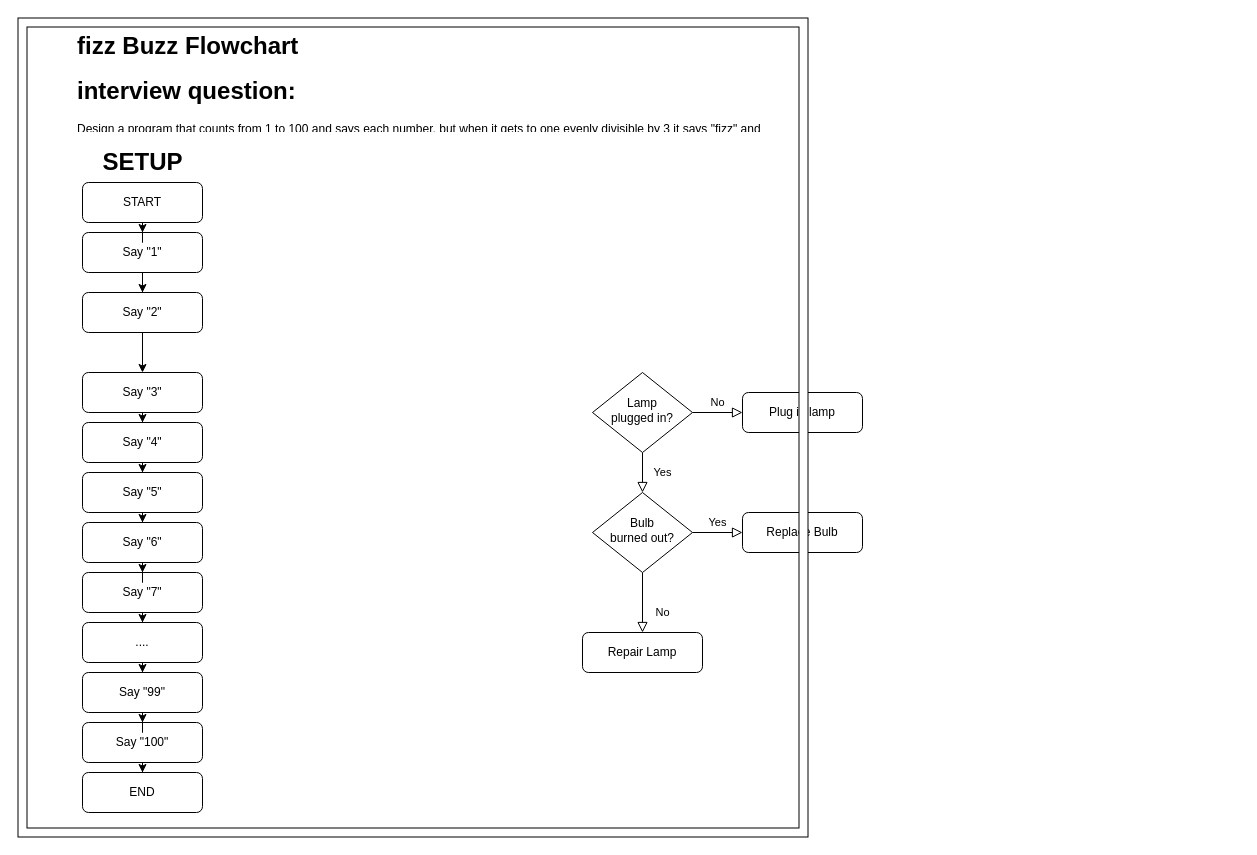
Earlier version of the draw.io diagram fizzBuzzFlowchart.drawio (divonbriesen/tropicalteachers). Source tidied: cells renumbered, new cells numbered last; positions are measured from the earlier drawing's top-left corner, leaving out a move shared by most shapes. Both pictures are drawn from the tidied source at 100%, with x=0, y=0 at pixel (22, 22).
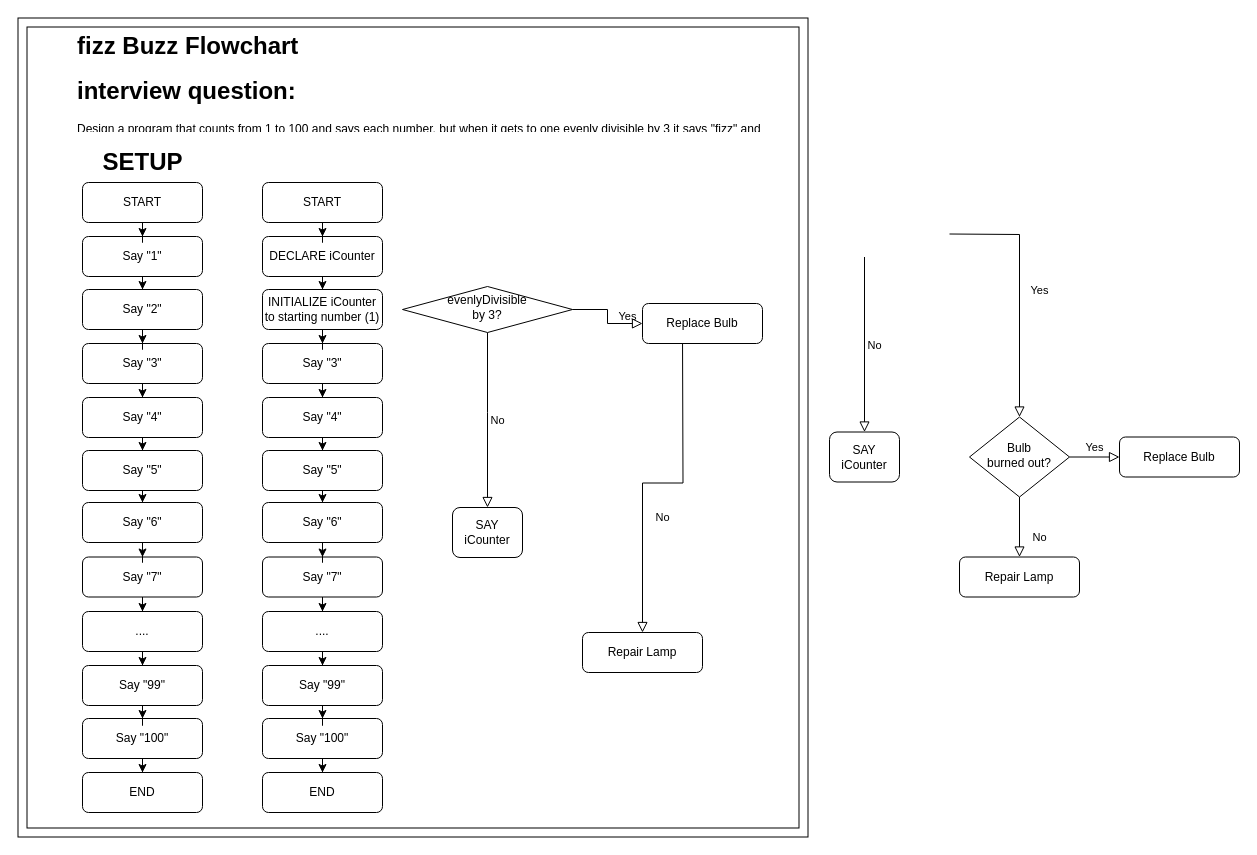
After the change.

Unchanged cells that the change refers to:
```xml
<mxCell id="11" value="Repair Lamp" style="rounded=1;whiteSpace=wrap;html=1;fontSize=12;glass=0;strokeWidth=1;shadow=0;" parent="1" vertex="1">
  <mxGeometry x="560" y="610" width="120" height="40" as="geometry" />
</mxCell>
```

Diff of the diagram source:
```diff
@@
     <mxCell id="3" value="Say &quot;1&quot;" style="rounded=1;whiteSpace=wrap;html=1;fontSize=12;glass=0;strokeWidth=1;shadow=0;" parent="1" vertex="1">
-      <mxGeometry x="60" y="210" width="120" height="40" as="geometry" />
+      <mxGeometry x="60" y="214" width="120" height="40" as="geometry" />
     </mxCell>
-    <mxCell id="4" value="Yes" style="rounded=0;html=1;jettySize=auto;fontSize=11;endArrow=block;endFill=0;endSize=8;strokeWidth=1;shadow=0;labelBackgroundColor=none;edgeStyle=orthogonalEdgeStyle;" parent="1" edge="1" source="6" target="10">
-      <mxGeometry y="20" relative="1" as="geometry" />
-    </mxCell>
-    <mxCell id="5" value="No" style="edgeStyle=orthogonalEdgeStyle;rounded=0;html=1;jettySize=auto;fontSize=11;endArrow=block;endFill=0;endSize=8;strokeWidth=1;shadow=0;labelBackgroundColor=none;" parent="1" edge="1" source="6" target="7">
-      <mxGeometry y="10" relative="1" as="geometry" />
+    <mxCell id="5" value="No" style="edgeStyle=orthogonalEdgeStyle;rounded=0;html=1;jettySize=auto;fontSize=11;endArrow=block;endFill=0;endSize=8;strokeWidth=1;shadow=0;labelBackgroundColor=none;exitX=0.5;exitY=1;exitDx=0;exitDy=0;entryX=0.5;entryY=0;entryDx=0;entryDy=0;" parent="1" edge="1" source="6" target="7">
+      <mxGeometry y="10" relative="1" as="geometry">
+        <Array as="points">
+          <mxPoint x="465" y="390" />
+          <mxPoint x="465" y="390" />
+        </Array>
+      </mxGeometry>
     </mxCell>
-    <mxCell id="6" value="Lamp&lt;br&gt;plugged in?" style="rhombus;whiteSpace=wrap;html=1;shadow=0;fontFamily=Helvetica;fontSize=12;align=center;strokeWidth=1;spacing=6;spacingTop=-4;" parent="1" vertex="1">
-      <mxGeometry x="570" y="350" width="100" height="80" as="geometry" />
+    <mxCell id="6" value="evenlyDivisible&lt;br&gt;by 3?" style="rhombus;whiteSpace=wrap;html=1;shadow=0;fontFamily=Helvetica;fontSize=12;align=center;strokeWidth=1;spacing=6;spacingTop=-4;" parent="1" vertex="1">
+      <mxGeometry x="380" y="264" width="170" height="46" as="geometry" />
     </mxCell>
-    <mxCell id="7" value="Plug in lamp" style="rounded=1;whiteSpace=wrap;html=1;fontSize=12;glass=0;strokeWidth=1;shadow=0;" parent="1" vertex="1">
-      <mxGeometry x="720" y="370" width="120" height="40" as="geometry" />
+    <mxCell id="7" value="SAY iCounter" style="rounded=1;whiteSpace=wrap;html=1;fontSize=12;glass=0;strokeWidth=1;shadow=0;" parent="1" vertex="1">
+      <mxGeometry x="430" y="485" width="70" height="50" as="geometry" />
     </mxCell>
-    <mxCell id="8" value="No" style="rounded=0;html=1;jettySize=auto;fontSize=11;endArrow=block;endFill=0;endSize=8;strokeWidth=1;shadow=0;labelBackgroundColor=none;edgeStyle=orthogonalEdgeStyle;" parent="1" edge="1" source="10" target="11">
-      <mxGeometry x="0.33" y="20" relative="1" as="geometry" />
+    <mxCell id="8" value="No" style="rounded=0;html=1;jettySize=auto;fontSize=11;endArrow=block;endFill=0;endSize=8;strokeWidth=1;shadow=0;labelBackgroundColor=none;edgeStyle=orthogonalEdgeStyle;" parent="1" edge="1" target="11">
+      <mxGeometry x="0.33" y="20" relative="1" as="geometry">
+        <mxPoint x="660" y="310" as="sourcePoint" />
+      </mxGeometry>
     </mxCell>
-    <mxCell id="9" value="Yes" style="edgeStyle=orthogonalEdgeStyle;rounded=0;html=1;jettySize=auto;fontSize=11;endArrow=block;endFill=0;endSize=8;strokeWidth=1;shadow=0;labelBackgroundColor=none;" parent="1" edge="1" source="10" target="12">
-      <mxGeometry y="10" relative="1" as="geometry" />
-    </mxCell>
-    <mxCell id="10" value="Bulb&lt;br&gt;burned out?" style="rhombus;whiteSpace=wrap;html=1;shadow=0;fontFamily=Helvetica;fontSize=12;align=center;strokeWidth=1;spacing=6;spacingTop=-4;" parent="1" vertex="1">
-      <mxGeometry x="570" y="470" width="100" height="80" as="geometry" />
-    </mxCell>
@@
-    <mxCell id="12" value="Replace Bulb" style="rounded=1;whiteSpace=wrap;html=1;fontSize=12;glass=0;strokeWidth=1;shadow=0;" parent="1" vertex="1">
-      <mxGeometry x="720" y="490" width="120" height="40" as="geometry" />
-    </mxCell>
@@
     <mxCell id="16" value="Say &quot;3&quot;" style="rounded=1;whiteSpace=wrap;html=1;fontSize=12;glass=0;strokeWidth=1;shadow=0;" parent="1" vertex="1">
-      <mxGeometry x="60" y="350" width="120" height="40" as="geometry" />
+      <mxGeometry x="60" y="321" width="120" height="40" as="geometry" />
     </mxCell>
@@
     <mxCell id="18" value="Say &quot;4&quot;" style="rounded=1;whiteSpace=wrap;html=1;fontSize=12;glass=0;strokeWidth=1;shadow=0;" parent="1" vertex="1">
-      <mxGeometry x="60" y="400" width="120" height="40" as="geometry" />
+      <mxGeometry x="60" y="375" width="120" height="40" as="geometry" />
     </mxCell>
@@
     <mxCell id="20" value="Say &quot;2&quot;" style="rounded=1;whiteSpace=wrap;html=1;fontSize=12;glass=0;strokeWidth=1;shadow=0;" parent="1" vertex="1">
-      <mxGeometry x="60" y="270" width="120" height="40" as="geometry" />
+      <mxGeometry x="60" y="267" width="120" height="40" as="geometry" />
     </mxCell>
@@
     <mxCell id="22" value="Say &quot;5&quot;" style="rounded=1;whiteSpace=wrap;html=1;fontSize=12;glass=0;strokeWidth=1;shadow=0;" parent="1" vertex="1">
-      <mxGeometry x="60" y="450" width="120" height="40" as="geometry" />
+      <mxGeometry x="60" y="428" width="120" height="40" as="geometry" />
     </mxCell>
@@
     <mxCell id="24" value="Say &quot;7&quot;" style="rounded=1;whiteSpace=wrap;html=1;fontSize=12;glass=0;strokeWidth=1;shadow=0;" parent="1" vertex="1">
-      <mxGeometry x="60" y="550" width="120" height="40" as="geometry" />
+      <mxGeometry x="60" y="534.5" width="120" height="40" as="geometry" />
     </mxCell>
@@
     <mxCell id="26" value="...." style="rounded=1;whiteSpace=wrap;html=1;fontSize=12;glass=0;strokeWidth=1;shadow=0;" parent="1" vertex="1">
-      <mxGeometry x="60" y="600" width="120" height="40" as="geometry" />
+      <mxGeometry x="60" y="589" width="120" height="40" as="geometry" />
     </mxCell>
@@
     <mxCell id="28" value="Say &quot;6&quot;" style="rounded=1;whiteSpace=wrap;html=1;fontSize=12;glass=0;strokeWidth=1;shadow=0;" parent="1" vertex="1">
-      <mxGeometry x="60" y="500" width="120" height="40" as="geometry" />
+      <mxGeometry x="60" y="480" width="120" height="40" as="geometry" />
     </mxCell>
@@
     <mxCell id="30" value="Say &quot;100&quot;" style="rounded=1;whiteSpace=wrap;html=1;fontSize=12;glass=0;strokeWidth=1;shadow=0;" parent="1" vertex="1">
-      <mxGeometry x="60" y="700" width="120" height="40" as="geometry" />
+      <mxGeometry x="60" y="696" width="120" height="40" as="geometry" />
     </mxCell>
@@
     <mxCell id="33" value="Say &quot;99&quot;" style="rounded=1;whiteSpace=wrap;html=1;fontSize=12;glass=0;strokeWidth=1;shadow=0;" parent="1" vertex="1">
-      <mxGeometry x="60" y="650" width="120" height="40" as="geometry" />
+      <mxGeometry x="60" y="643" width="120" height="40" as="geometry" />
     </mxCell>
@@
+    <mxCell id="37" style="edgeStyle=orthogonalEdgeStyle;rounded=0;jettySize=auto;html=1;" parent="1" edge="1" source="38" target="44">
+      <mxGeometry relative="1" as="geometry" />
+    </mxCell>
+    <mxCell id="38" value="DECLARE iCounter" style="rounded=1;whiteSpace=wrap;html=1;fontSize=12;glass=0;strokeWidth=1;shadow=0;" parent="1" vertex="1">
+      <mxGeometry x="240" y="214" width="120" height="40" as="geometry" />
+    </mxCell>
+    <mxCell id="39" style="edgeStyle=orthogonalEdgeStyle;rounded=0;jettySize=auto;html=1;" parent="1" edge="1" source="40" target="42">
+      <mxGeometry relative="1" as="geometry" />
+    </mxCell>
+    <mxCell id="40" value="Say &quot;3&quot;" style="rounded=1;whiteSpace=wrap;html=1;fontSize=12;glass=0;strokeWidth=1;shadow=0;" parent="1" vertex="1">
+      <mxGeometry x="240" y="321" width="120" height="40" as="geometry" />
+    </mxCell>
+    <mxCell id="41" style="edgeStyle=orthogonalEdgeStyle;rounded=0;jettySize=auto;html=1;entryX=0.5;entryY=0;entryDx=0;entryDy=0;" parent="1" edge="1" source="42" target="46">
+      <mxGeometry relative="1" as="geometry" />
+    </mxCell>
+    <mxCell id="42" value="Say &quot;4&quot;" style="rounded=1;whiteSpace=wrap;html=1;fontSize=12;glass=0;strokeWidth=1;shadow=0;" parent="1" vertex="1">
+      <mxGeometry x="240" y="375" width="120" height="40" as="geometry" />
+    </mxCell>
+    <mxCell id="43" style="edgeStyle=orthogonalEdgeStyle;rounded=0;jettySize=auto;html=1;entryX=0.5;entryY=0;entryDx=0;entryDy=0;" parent="1" edge="1" source="44" target="40">
+      <mxGeometry relative="1" as="geometry" />
+    </mxCell>
+    <mxCell id="44" value="INITIALIZE iCounter to starting number (1)" style="rounded=1;whiteSpace=wrap;html=1;fontSize=12;glass=0;strokeWidth=1;shadow=0;" parent="1" vertex="1">
+      <mxGeometry x="240" y="267" width="120" height="40" as="geometry" />
+    </mxCell>
+    <mxCell id="45" style="edgeStyle=orthogonalEdgeStyle;rounded=0;jettySize=auto;html=1;" parent="1" edge="1" source="46" target="52">
+      <mxGeometry relative="1" as="geometry" />
+    </mxCell>
+    <mxCell id="46" value="Say &quot;5&quot;" style="rounded=1;whiteSpace=wrap;html=1;fontSize=12;glass=0;strokeWidth=1;shadow=0;" parent="1" vertex="1">
+      <mxGeometry x="240" y="428" width="120" height="40" as="geometry" />
+    </mxCell>
+    <mxCell id="47" style="edgeStyle=orthogonalEdgeStyle;rounded=0;jettySize=auto;html=1;" parent="1" edge="1" source="48" target="50">
+      <mxGeometry relative="1" as="geometry" />
+    </mxCell>
+    <mxCell id="48" value="Say &quot;7&quot;" style="rounded=1;whiteSpace=wrap;html=1;fontSize=12;glass=0;strokeWidth=1;shadow=0;" parent="1" vertex="1">
+      <mxGeometry x="240" y="534.5" width="120" height="40" as="geometry" />
+    </mxCell>
+    <mxCell id="49" style="edgeStyle=orthogonalEdgeStyle;rounded=0;jettySize=auto;html=1;" parent="1" edge="1" source="50" target="57">
+      <mxGeometry relative="1" as="geometry" />
+    </mxCell>
+    <mxCell id="50" value="...." style="rounded=1;whiteSpace=wrap;html=1;fontSize=12;glass=0;strokeWidth=1;shadow=0;" parent="1" vertex="1">
+      <mxGeometry x="240" y="589" width="120" height="40" as="geometry" />
+    </mxCell>
+    <mxCell id="51" style="edgeStyle=orthogonalEdgeStyle;rounded=0;jettySize=auto;html=1;entryX=0.5;entryY=0;entryDx=0;entryDy=0;" parent="1" edge="1" source="52" target="48">
+      <mxGeometry relative="1" as="geometry" />
+    </mxCell>
+    <mxCell id="52" value="Say &quot;6&quot;" style="rounded=1;whiteSpace=wrap;html=1;fontSize=12;glass=0;strokeWidth=1;shadow=0;" parent="1" vertex="1">
+      <mxGeometry x="240" y="480" width="120" height="40" as="geometry" />
+    </mxCell>
+    <mxCell id="53" style="edgeStyle=orthogonalEdgeStyle;rounded=0;jettySize=auto;html=1;" parent="1" edge="1" source="54" target="55">
+      <mxGeometry relative="1" as="geometry" />
+    </mxCell>
+    <mxCell id="54" value="Say &quot;100&quot;" style="rounded=1;whiteSpace=wrap;html=1;fontSize=12;glass=0;strokeWidth=1;shadow=0;" parent="1" vertex="1">
+      <mxGeometry x="240" y="696" width="120" height="40" as="geometry" />
+    </mxCell>
+    <mxCell id="55" value="END" style="rounded=1;whiteSpace=wrap;html=1;fontSize=12;glass=0;strokeWidth=1;shadow=0;" parent="1" vertex="1">
+      <mxGeometry x="240" y="750" width="120" height="40" as="geometry" />
+    </mxCell>
+    <mxCell id="56" style="edgeStyle=orthogonalEdgeStyle;rounded=0;jettySize=auto;html=1;entryX=0.5;entryY=0;entryDx=0;entryDy=0;" parent="1" edge="1" source="57" target="54">
+      <mxGeometry relative="1" as="geometry" />
+    </mxCell>
+    <mxCell id="57" value="Say &quot;99&quot;" style="rounded=1;whiteSpace=wrap;html=1;fontSize=12;glass=0;strokeWidth=1;shadow=0;" parent="1" vertex="1">
+      <mxGeometry x="240" y="643" width="120" height="40" as="geometry" />
+    </mxCell>
+    <mxCell id="58" style="edgeStyle=orthogonalEdgeStyle;rounded=0;jettySize=auto;html=1;entryX=0.5;entryY=0;entryDx=0;entryDy=0;" parent="1" edge="1" source="59" target="38">
+      <mxGeometry relative="1" as="geometry" />
+    </mxCell>
+    <mxCell id="59" value="START" style="rounded=1;whiteSpace=wrap;html=1;fontSize=12;glass=0;strokeWidth=1;shadow=0;" parent="1" vertex="1">
+      <mxGeometry x="240" y="160" width="120" height="40" as="geometry" />
+    </mxCell>
+    <mxCell id="60" value="Yes" style="rounded=0;html=1;jettySize=auto;fontSize=11;endArrow=block;endFill=0;endSize=8;strokeWidth=1;shadow=0;labelBackgroundColor=none;edgeStyle=orthogonalEdgeStyle;" parent="1" edge="1" target="10">
+      <mxGeometry y="20" relative="1" as="geometry">
+        <mxPoint x="927" y="211.5" as="sourcePoint" />
+      </mxGeometry>
+    </mxCell>
+    <mxCell id="61" value="No" style="edgeStyle=orthogonalEdgeStyle;rounded=0;html=1;jettySize=auto;fontSize=11;endArrow=block;endFill=0;endSize=8;strokeWidth=1;shadow=0;labelBackgroundColor=none;exitX=0.5;exitY=1;exitDx=0;exitDy=0;entryX=0.5;entryY=0;entryDx=0;entryDy=0;" parent="1" edge="1" target="62">
+      <mxGeometry y="10" relative="1" as="geometry">
+        <mxPoint x="842" y="234.5" as="sourcePoint" />
+        <Array as="points">
+          <mxPoint x="842" y="314.5" />
+          <mxPoint x="842" y="314.5" />
+        </Array>
+      </mxGeometry>
+    </mxCell>
+    <mxCell id="62" value="SAY iCounter" style="rounded=1;whiteSpace=wrap;html=1;fontSize=12;glass=0;strokeWidth=1;shadow=0;" parent="1" vertex="1">
+      <mxGeometry x="807" y="409.5" width="70" height="50" as="geometry" />
+    </mxCell>
+    <mxCell id="63" value="No" style="rounded=0;html=1;jettySize=auto;fontSize=11;endArrow=block;endFill=0;endSize=8;strokeWidth=1;shadow=0;labelBackgroundColor=none;edgeStyle=orthogonalEdgeStyle;" parent="1" edge="1" source="10" target="64">
+      <mxGeometry x="0.33" y="20" relative="1" as="geometry" />
+    </mxCell>
+    <mxCell id="9" value="Yes" style="edgeStyle=orthogonalEdgeStyle;rounded=0;html=1;jettySize=auto;fontSize=11;endArrow=block;endFill=0;endSize=8;strokeWidth=1;shadow=0;labelBackgroundColor=none;" parent="1" edge="1" source="10" target="65">
+      <mxGeometry y="10" relative="1" as="geometry" />
+    </mxCell>
+    <mxCell id="10" value="Bulb&lt;br&gt;burned out?" style="rhombus;whiteSpace=wrap;html=1;shadow=0;fontFamily=Helvetica;fontSize=12;align=center;strokeWidth=1;spacing=6;spacingTop=-4;" parent="1" vertex="1">
+      <mxGeometry x="947" y="394.5" width="100" height="80" as="geometry" />
+    </mxCell>
+    <mxCell id="64" value="Repair Lamp" style="rounded=1;whiteSpace=wrap;html=1;fontSize=12;glass=0;strokeWidth=1;shadow=0;" parent="1" vertex="1">
+      <mxGeometry x="937" y="534.5" width="120" height="40" as="geometry" />
+    </mxCell>
+    <mxCell id="65" value="Replace Bulb" style="rounded=1;whiteSpace=wrap;html=1;fontSize=12;glass=0;strokeWidth=1;shadow=0;" parent="1" vertex="1">
+      <mxGeometry x="1097" y="414.5" width="120" height="40" as="geometry" />
+    </mxCell>
+    <mxCell id="12" value="Replace Bulb" style="rounded=1;whiteSpace=wrap;html=1;fontSize=12;glass=0;strokeWidth=1;shadow=0;" parent="1" vertex="1">
+      <mxGeometry x="620" y="281" width="120" height="40" as="geometry" />
+    </mxCell>
+    <mxCell id="66" value="Yes" style="rounded=0;html=1;jettySize=auto;fontSize=11;endArrow=block;endFill=0;endSize=8;strokeWidth=1;shadow=0;labelBackgroundColor=none;edgeStyle=orthogonalEdgeStyle;" parent="1" edge="1" source="6" target="12">
+      <mxGeometry y="20" relative="1" as="geometry" />
+    </mxCell>
```
